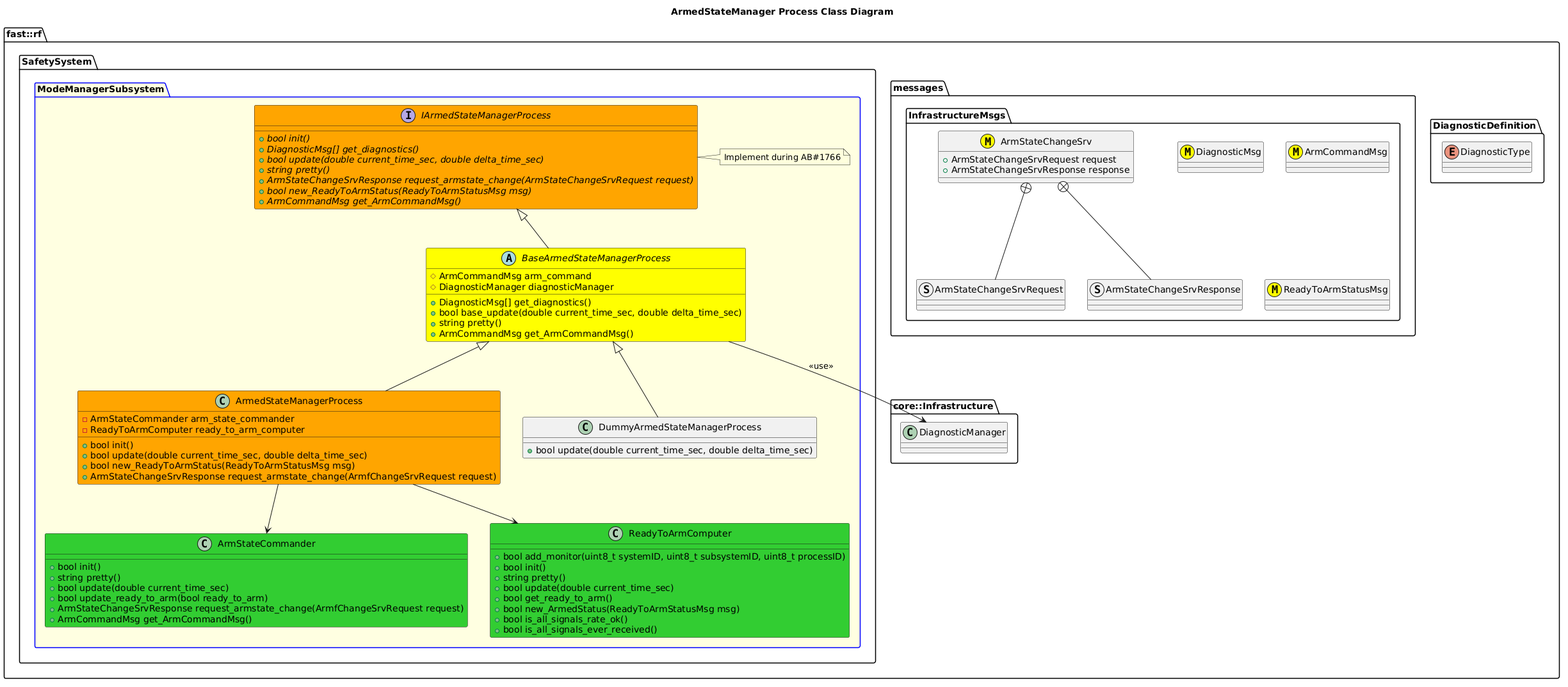
The PlantUML diagram Systems/Safety/Subsystems/ModeManager/Processes/ArmedStateManager/doc/puml/ArmedStateManagerProcessClassDiagram.png in fastrobotics/robot_framework, before a commit.
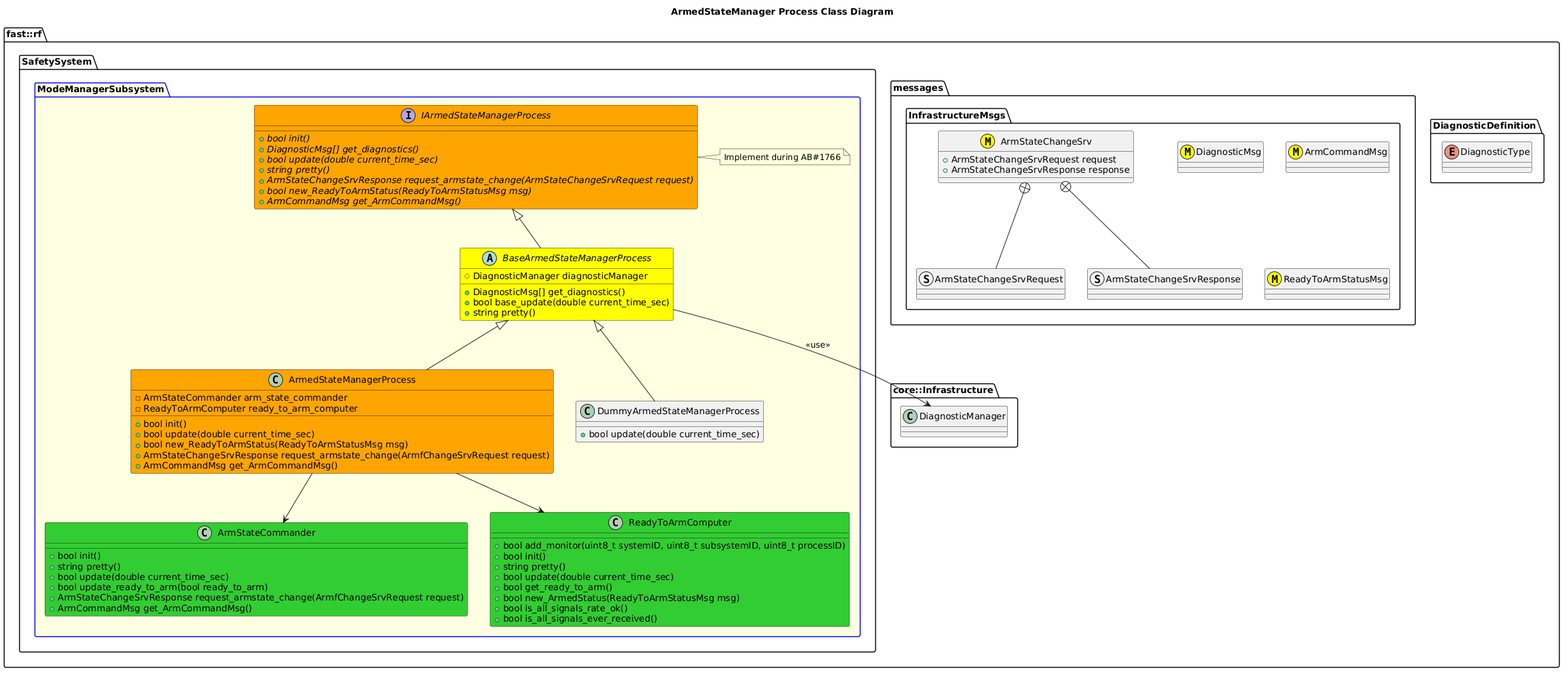
The same diagram one commit later.

Diff of the diagram source:
```diff
@@ -46,7 +46,7 @@
         interface IArmedStateManagerProcess #Orange {
           +{abstract} bool init()
           +{abstract} DiagnosticMsg[] get_diagnostics()
-          +{abstract} bool update(double current_time_sec, double delta_time_sec)
+          +{abstract} bool update(double current_time_sec)
           +{abstract} string pretty()
           +{abstract} ArmStateChangeSrvResponse request_armstate_change(ArmStateChangeSrvRequest request)
           +{abstract} bool new_ReadyToArmStatus(ReadyToArmStatusMsg msg)
@@ -57,10 +57,8 @@
         end note
         abstract BaseArmedStateManagerProcess #Yellow {
           +DiagnosticMsg[] get_diagnostics()
-          +bool base_update(double current_time_sec, double delta_time_sec)
+          +bool base_update(double current_time_sec)
           +string pretty()
-          +ArmCommandMsg get_ArmCommandMsg()
-          #ArmCommandMsg arm_command
           #DiagnosticManager diagnosticManager
 
         }
@@ -68,9 +66,10 @@
         BaseArmedStateManagerProcess --> DiagnosticManager: <<use>>
         class ArmedStateManagerProcess #Orange {
           +bool init()
-          +bool update(double current_time_sec, double delta_time_sec)
+          +bool update(double current_time_sec)
           +bool new_ReadyToArmStatus(ReadyToArmStatusMsg msg)
           +ArmStateChangeSrvResponse request_armstate_change(ArmfChangeSrvRequest request)
+          +ArmCommandMsg get_ArmCommandMsg()
           -ArmStateCommander arm_state_commander
           -ReadyToArmComputer ready_to_arm_computer
         }
@@ -78,7 +77,7 @@
         ArmedStateManagerProcess --> ArmStateCommander
         ArmedStateManagerProcess --> ReadyToArmComputer
         class DummyArmedStateManagerProcess  {
-          +bool update(double current_time_sec, double delta_time_sec)
+          +bool update(double current_time_sec)
         }
         DummyArmedStateManagerProcess -up-|> BaseArmedStateManagerProcess
     }
```
